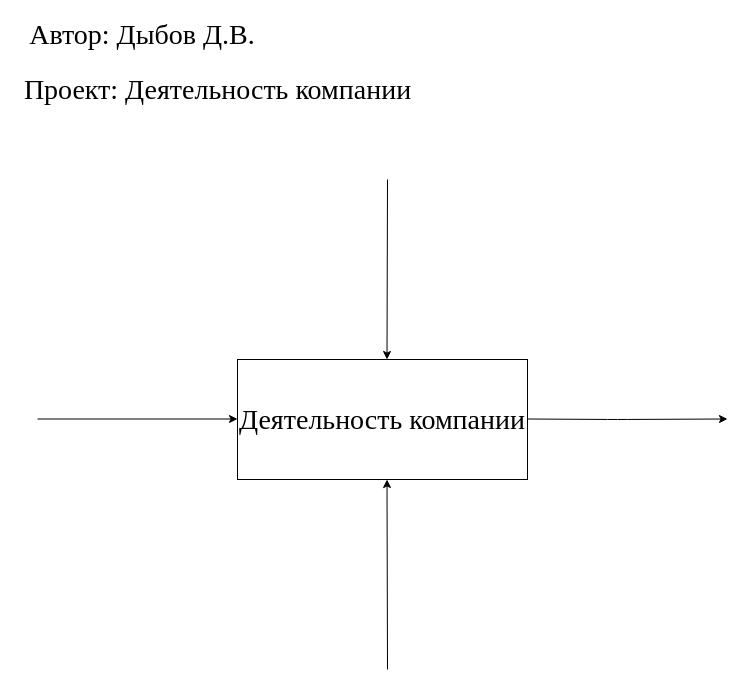
Above: Untitled Diagram.drawio in dibovdmitry/Labaratornaya2 (draw.io), before the change. Source tidied: cells renumbered, new cells numbered last; positions are measured from the earlier drawing's top-left corner, leaving out a move shared by most shapes. Both pictures are drawn from the tidied source at 100%, with x=0, y=0 at pixel (17, 19).
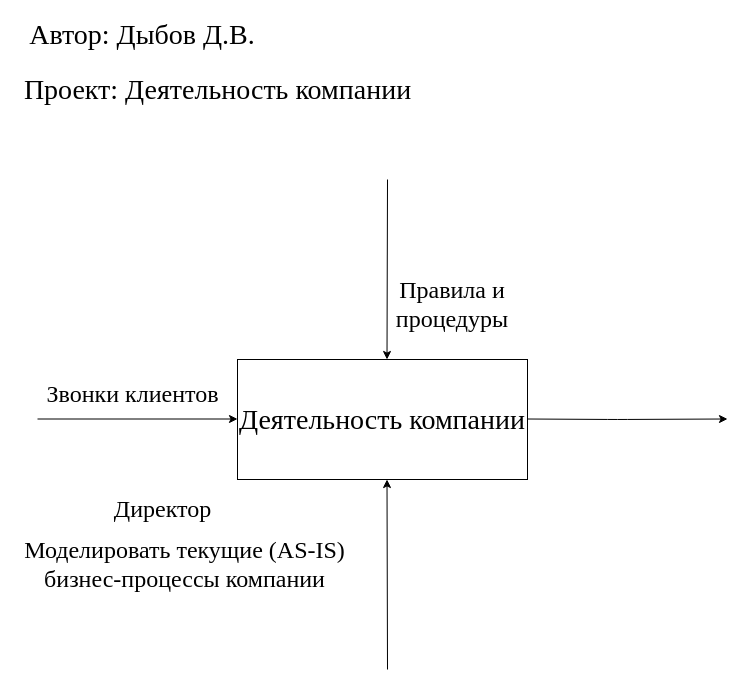
The same diagram, later.

The edit, as a diff of the source:
```diff
@@
 <mxGraphModel>
   <root>
     <mxCell id="0" />
     <mxCell id="1" parent="0" />
     <mxCell id="2" value="Деятельность компании" style="rounded=0;whiteSpace=wrap;html=1;fontFamily=Times New Roman;fontSize=28;" parent="1" vertex="1">
       <mxGeometry x="220" y="340" width="290" height="120" as="geometry" />
     </mxCell>
     <mxCell id="3" style="endArrow=classic;html=1;" parent="1" edge="1">
       <mxGeometry relative="1" as="geometry">
         <mxPoint x="370" y="160" as="sourcePoint" />
         <mxPoint x="369.5" y="340" as="targetPoint" />
       </mxGeometry>
     </mxCell>
     <mxCell id="4" style="endArrow=classic;html=1;" parent="1" edge="1">
       <mxGeometry relative="1" as="geometry">
         <mxPoint x="20" y="399.5" as="sourcePoint" />
         <mxPoint x="220" y="399.5" as="targetPoint" />
       </mxGeometry>
     </mxCell>
     <mxCell id="5" style="endArrow=classic;html=1;" parent="1" edge="1">
       <mxGeometry relative="1" as="geometry">
         <mxPoint x="510" y="399.5" as="sourcePoint" />
         <mxPoint x="710" y="399.5" as="targetPoint" />
         <Array as="points">
           <mxPoint x="600" y="400" />
         </Array>
       </mxGeometry>
     </mxCell>
     <mxCell id="6" style="endArrow=classic;html=1;" parent="1" edge="1">
       <mxGeometry relative="1" as="geometry">
         <mxPoint x="370" y="650" as="sourcePoint" />
         <mxPoint x="369.5" y="460" as="targetPoint" />
       </mxGeometry>
     </mxCell>
     <mxCell id="7" value="Автор: Дыбов Д.В." style="text;html=1;strokeColor=none;fillColor=none;align=center;verticalAlign=middle;whiteSpace=wrap;rounded=0;fontFamily=Times New Roman;fontSize=28;" parent="1" vertex="1">
       <mxGeometry width="250" height="30" as="geometry" />
     </mxCell>
     <mxCell id="8" value="Проект: Деятельность компании" style="text;html=1;align=center;verticalAlign=middle;strokeColor=none;fillColor=none;fontSize=28;fontFamily=Times New Roman;" parent="1" vertex="1">
       <mxGeometry y="50" width="400" height="40" as="geometry" />
     </mxCell>
+    <mxCell id="9" value="Звонки клиентов" style="text;html=1;align=center;verticalAlign=middle;strokeColor=none;fillColor=none;fontSize=24;fontFamily=Times New Roman;" parent="1" vertex="1">
+      <mxGeometry x="20" y="360" width="190" height="30" as="geometry" />
+    </mxCell>
+    <mxCell id="10" value="Директор" style="text;html=1;align=center;verticalAlign=middle;strokeColor=none;fillColor=none;fontSize=24;fontFamily=Times New Roman;" parent="1" vertex="1">
+      <mxGeometry x="90" y="475" width="110" height="30" as="geometry" />
+    </mxCell>
+    <mxCell id="11" value="Моделировать текущие (AS-IS) бизнес-процессы компании" style="text;html=1;strokeColor=none;fillColor=none;align=center;verticalAlign=middle;whiteSpace=wrap;rounded=0;fontFamily=Times New Roman;fontSize=24;" parent="1" vertex="1">
+      <mxGeometry y="530" width="335" height="30" as="geometry" />
+    </mxCell>
+    <mxCell id="12" value="Правила и процедуры" style="text;html=1;strokeColor=none;fillColor=none;align=center;verticalAlign=middle;whiteSpace=wrap;rounded=0;fontFamily=Times New Roman;fontSize=24;" parent="1" vertex="1">
+      <mxGeometry x="400" y="270" width="70" height="30" as="geometry" />
+    </mxCell>
   </root>
 </mxGraphModel>
```
